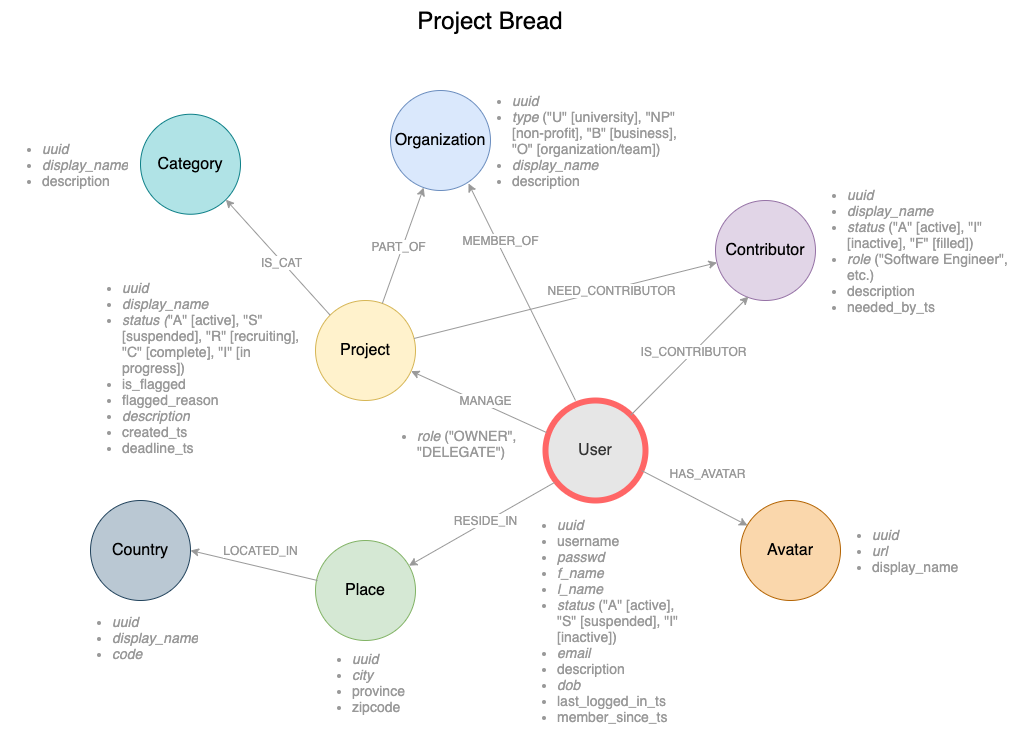
The draw.io diagram docs/project_bread_data_model_v0-1.png in indecisiveid/bread-neverthanksupport, before a commit. Source tidied: cells renumbered, new cells last; positions are measured from the earlier drawing's top-left corner, leaving out a move shared by most shapes.
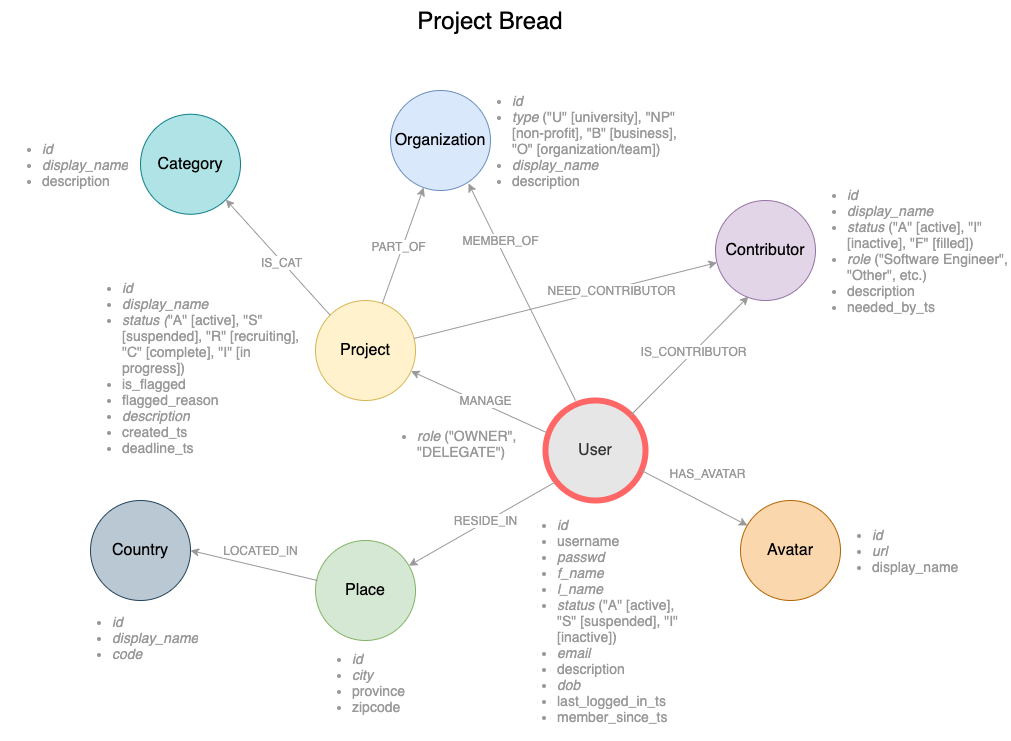
After the commit.

Commit message:
Add default seed data

Diff of the diagram source:
```diff
@@ -35,13 +35,13 @@
         <mxPoint x="60.4" y="-10.8" as="offset" />
       </mxGeometry>
     </mxCell>
-    <mxCell id="11" value="&lt;ul&gt;&lt;li&gt;&lt;span&gt;&lt;i&gt;uuid&lt;/i&gt;&lt;/span&gt;&lt;/li&gt;&lt;li&gt;&lt;span&gt;username&lt;/span&gt;&lt;br&gt;&lt;/li&gt;&lt;li&gt;&lt;span&gt;&lt;i&gt;passwd&lt;/i&gt;&lt;/span&gt;&lt;/li&gt;&lt;li&gt;&lt;i&gt;f_name&lt;/i&gt;&lt;/li&gt;&lt;li&gt;&lt;i&gt;l_name&lt;/i&gt;&lt;/li&gt;&lt;li&gt;&lt;i&gt;status&lt;/i&gt; (&quot;A&quot; [active], &quot;S&quot; [suspended], &quot;I&quot; [inactive])&lt;/li&gt;&lt;li&gt;&lt;i&gt;email&lt;/i&gt;&lt;/li&gt;&lt;li&gt;description&lt;/li&gt;&lt;li&gt;&lt;i&gt;dob&lt;/i&gt;&lt;/li&gt;&lt;li&gt;last_logged_in_ts&lt;/li&gt;&lt;li&gt;member_since_ts&lt;/li&gt;&lt;/ul&gt;" style="text;strokeColor=none;fillColor=none;html=1;whiteSpace=wrap;verticalAlign=middle;overflow=hidden;fontSize=14;fontColor=#999999;" parent="1" vertex="1">
+    <mxCell id="11" value="&lt;ul&gt;&lt;li&gt;&lt;span&gt;&lt;i&gt;id&lt;/i&gt;&lt;/span&gt;&lt;/li&gt;&lt;li&gt;&lt;span&gt;username&lt;/span&gt;&lt;br&gt;&lt;/li&gt;&lt;li&gt;&lt;span&gt;&lt;i&gt;passwd&lt;/i&gt;&lt;/span&gt;&lt;/li&gt;&lt;li&gt;&lt;i&gt;f_name&lt;/i&gt;&lt;/li&gt;&lt;li&gt;&lt;i&gt;l_name&lt;/i&gt;&lt;/li&gt;&lt;li&gt;&lt;i&gt;status&lt;/i&gt; (&quot;A&quot; [active], &quot;S&quot; [suspended], &quot;I&quot; [inactive])&lt;/li&gt;&lt;li&gt;&lt;i&gt;email&lt;/i&gt;&lt;/li&gt;&lt;li&gt;description&lt;/li&gt;&lt;li&gt;&lt;i&gt;dob&lt;/i&gt;&lt;/li&gt;&lt;li&gt;last_logged_in_ts&lt;/li&gt;&lt;li&gt;member_since_ts&lt;/li&gt;&lt;/ul&gt;" style="text;strokeColor=none;fillColor=none;html=1;whiteSpace=wrap;verticalAlign=middle;overflow=hidden;fontSize=14;fontColor=#999999;" parent="1" vertex="1">
       <mxGeometry x="515" y="500" width="175" height="240" as="geometry" />
     </mxCell>
-    <mxCell id="12" value="&lt;ul&gt;&lt;li&gt;&lt;span&gt;&lt;i&gt;uuid&lt;/i&gt;&lt;/span&gt;&lt;/li&gt;&lt;li&gt;&lt;i&gt;display_name&lt;/i&gt;&lt;/li&gt;&lt;li&gt;&lt;i&gt;status (&lt;/i&gt;&quot;A&quot; [active], &quot;S&quot; [suspended], &quot;R&quot; [recruiting], &quot;C&quot; [complete], &quot;I&quot; [in progress])&lt;/li&gt;&lt;li&gt;is_flagged&lt;/li&gt;&lt;li&gt;flagged_reason&lt;/li&gt;&lt;li&gt;&lt;span&gt;&lt;i&gt;description&lt;/i&gt;&lt;/span&gt;&lt;br&gt;&lt;/li&gt;&lt;li&gt;&lt;span&gt;created_ts&lt;/span&gt;&lt;br&gt;&lt;/li&gt;&lt;li&gt;deadline_ts&lt;/li&gt;&lt;/ul&gt;" style="text;strokeColor=none;fillColor=none;html=1;whiteSpace=wrap;verticalAlign=middle;overflow=hidden;fontSize=14;fontColor=#999999;" parent="1" vertex="1">
+    <mxCell id="12" value="&lt;ul&gt;&lt;li&gt;&lt;i&gt;id&lt;/i&gt;&lt;/li&gt;&lt;li&gt;&lt;i&gt;display_name&lt;/i&gt;&lt;br&gt;&lt;/li&gt;&lt;li&gt;&lt;i&gt;status (&lt;/i&gt;&quot;A&quot; [active], &quot;S&quot; [suspended], &quot;R&quot; [recruiting], &quot;C&quot; [complete], &quot;I&quot; [in progress])&lt;/li&gt;&lt;li&gt;is_flagged&lt;/li&gt;&lt;li&gt;flagged_reason&lt;/li&gt;&lt;li&gt;&lt;span&gt;&lt;i&gt;description&lt;/i&gt;&lt;/span&gt;&lt;br&gt;&lt;/li&gt;&lt;li&gt;&lt;span&gt;created_ts&lt;/span&gt;&lt;br&gt;&lt;/li&gt;&lt;li&gt;deadline_ts&lt;/li&gt;&lt;/ul&gt;" style="text;strokeColor=none;fillColor=none;html=1;whiteSpace=wrap;verticalAlign=middle;overflow=hidden;fontSize=14;fontColor=#999999;" parent="1" vertex="1">
       <mxGeometry x="80" y="263.4" width="230" height="206.6" as="geometry" />
     </mxCell>
-    <mxCell id="13" value="&lt;ul&gt;&lt;li&gt;&lt;span&gt;&lt;i&gt;uuid&lt;/i&gt;&lt;/span&gt;&lt;/li&gt;&lt;li&gt;&lt;i&gt;display_name&lt;/i&gt;&lt;/li&gt;&lt;li&gt;&lt;i&gt;status&lt;/i&gt; (&quot;A&quot; [active], &quot;I&quot; [inactive], &quot;F&quot; [filled])&lt;/li&gt;&lt;li&gt;&lt;i&gt;role&lt;/i&gt; (&quot;Software Engineer&quot;, etc.)&lt;/li&gt;&lt;li&gt;description&lt;/li&gt;&lt;li&gt;needed_by_ts&lt;/li&gt;&lt;/ul&gt;" style="text;strokeColor=none;fillColor=none;html=1;whiteSpace=wrap;verticalAlign=middle;overflow=hidden;fontSize=14;fontColor=#999999;" parent="1" vertex="1">
+    <mxCell id="13" value="&lt;ul&gt;&lt;li&gt;&lt;i&gt;id&lt;/i&gt;&lt;/li&gt;&lt;li&gt;&lt;i&gt;display_name&lt;/i&gt;&lt;br&gt;&lt;/li&gt;&lt;li&gt;&lt;i&gt;status&lt;/i&gt; (&quot;A&quot; [active], &quot;I&quot; [inactive], &quot;F&quot; [filled])&lt;/li&gt;&lt;li&gt;&lt;i&gt;role&lt;/i&gt; (&quot;Software Engineer&quot;, &quot;Other&quot;, etc.)&lt;/li&gt;&lt;li&gt;description&lt;/li&gt;&lt;li&gt;needed_by_ts&lt;/li&gt;&lt;/ul&gt;" style="text;strokeColor=none;fillColor=none;html=1;whiteSpace=wrap;verticalAlign=middle;overflow=hidden;fontSize=14;fontColor=#999999;" parent="1" vertex="1">
       <mxGeometry x="805" y="170" width="205" height="160" as="geometry" />
     </mxCell>
     <mxCell id="14" value="Organization" style="ellipse;whiteSpace=wrap;html=1;fontSize=16;fillColor=#dae8fc;strokeColor=#6c8ebf;" parent="1" vertex="1">
@@ -52,7 +52,7 @@
         <mxPoint x="1" as="offset" />
       </mxGeometry>
     </mxCell>
-    <mxCell id="16" value="&lt;ul&gt;&lt;li&gt;&lt;span&gt;&lt;i&gt;uuid&lt;/i&gt;&lt;/span&gt;&lt;/li&gt;&lt;li&gt;&lt;i&gt;type&lt;/i&gt; (&quot;U&quot; [university], &quot;NP&quot; [non-profit], &quot;B&quot; [business], &quot;O&quot; [organization/team])&lt;/li&gt;&lt;li&gt;&lt;i&gt;display_name&lt;/i&gt;&lt;/li&gt;&lt;li&gt;description&lt;/li&gt;&lt;/ul&gt;" style="text;strokeColor=none;fillColor=none;html=1;whiteSpace=wrap;verticalAlign=middle;overflow=hidden;fontSize=14;fontColor=#999999;" parent="1" vertex="1">
+    <mxCell id="16" value="&lt;ul&gt;&lt;li&gt;&lt;span&gt;&lt;i&gt;id&lt;/i&gt;&lt;/span&gt;&lt;/li&gt;&lt;li&gt;&lt;i&gt;type&lt;/i&gt; (&quot;U&quot; [university], &quot;NP&quot; [non-profit], &quot;B&quot; [business], &quot;O&quot; [organization/team])&lt;/li&gt;&lt;li&gt;&lt;i&gt;display_name&lt;/i&gt;&lt;/li&gt;&lt;li&gt;description&lt;/li&gt;&lt;/ul&gt;" style="text;strokeColor=none;fillColor=none;html=1;whiteSpace=wrap;verticalAlign=middle;overflow=hidden;fontSize=14;fontColor=#999999;" parent="1" vertex="1">
       <mxGeometry x="470" y="75" width="220" height="130" as="geometry" />
     </mxCell>
     <mxCell id="17" value="Place" style="ellipse;whiteSpace=wrap;html=1;fontSize=16;fillColor=#d5e8d4;strokeColor=#82b366;" parent="1" vertex="1">
@@ -61,7 +61,7 @@
     <mxCell id="18" value="RESIDE_IN" style="endArrow=classic;html=1;exitX=0.09;exitY=0.82;exitDx=0;exitDy=0;exitPerimeter=0;fontSize=12;fontColor=#999999;strokeColor=#999999;" parent="1" edge="1" source="2" target="17">
       <mxGeometry x="-0.06" y="-1" relative="1" as="geometry" />
     </mxCell>
-    <mxCell id="19" value="&lt;ul&gt;&lt;li&gt;&lt;span&gt;&lt;i&gt;uuid&lt;/i&gt;&lt;/span&gt;&lt;/li&gt;&lt;li&gt;&lt;i&gt;city&lt;/i&gt;&lt;/li&gt;&lt;li&gt;province&lt;/li&gt;&lt;li&gt;zipcode&lt;/li&gt;&lt;/ul&gt;" style="text;strokeColor=none;fillColor=none;html=1;whiteSpace=wrap;verticalAlign=middle;overflow=hidden;fontSize=14;fontColor=#999999;" parent="1" vertex="1">
+    <mxCell id="19" value="&lt;ul&gt;&lt;li&gt;&lt;i&gt;id&lt;/i&gt;&lt;/li&gt;&lt;li&gt;&lt;i&gt;city&lt;/i&gt;&lt;br&gt;&lt;/li&gt;&lt;li&gt;province&lt;/li&gt;&lt;li&gt;zipcode&lt;/li&gt;&lt;/ul&gt;" style="text;strokeColor=none;fillColor=none;html=1;whiteSpace=wrap;verticalAlign=middle;overflow=hidden;fontSize=14;fontColor=#999999;" parent="1" vertex="1">
       <mxGeometry x="310" y="633" width="110" height="97" as="geometry" />
     </mxCell>
     <mxCell id="20" value="&lt;ul&gt;&lt;li&gt;&lt;i&gt;role&lt;/i&gt; (&quot;OWNER&quot;, &quot;DELEGATE&quot;)&lt;/li&gt;&lt;/ul&gt;" style="text;strokeColor=none;fillColor=none;html=1;whiteSpace=wrap;verticalAlign=middle;overflow=hidden;fontSize=14;fontColor=#999999;" parent="1" vertex="1">
@@ -73,7 +73,7 @@
     <mxCell id="22" value="LOCATED_IN" style="endArrow=classic;html=1;exitX=0.02;exitY=0.4;exitDx=0;exitDy=0;fontSize=12;fontColor=#999999;entryX=1;entryY=0.5;entryDx=0;entryDy=0;exitPerimeter=0;strokeColor=#999999;" parent="1" edge="1" source="17" target="21">
       <mxGeometry x="-0.04" y="-16" relative="1" as="geometry" />
     </mxCell>
-    <mxCell id="23" value="&lt;ul&gt;&lt;li&gt;&lt;span&gt;&lt;i&gt;uuid&lt;/i&gt;&lt;/span&gt;&lt;/li&gt;&lt;li&gt;&lt;i&gt;&lt;span&gt;display_name&lt;/span&gt;&lt;br&gt;&lt;/i&gt;&lt;/li&gt;&lt;li&gt;&lt;i&gt;code&lt;/i&gt;&lt;/li&gt;&lt;/ul&gt;" style="text;strokeColor=none;fillColor=none;html=1;whiteSpace=wrap;verticalAlign=middle;overflow=hidden;fontSize=14;fontColor=#999999;" parent="1" vertex="1">
+    <mxCell id="23" value="&lt;ul&gt;&lt;li&gt;&lt;i&gt;id&lt;/i&gt;&lt;/li&gt;&lt;li&gt;&lt;i&gt;&lt;span&gt;display_name&lt;/span&gt;&lt;br&gt;&lt;/i&gt;&lt;/li&gt;&lt;li&gt;&lt;i&gt;code&lt;/i&gt;&lt;/li&gt;&lt;/ul&gt;" style="text;strokeColor=none;fillColor=none;html=1;whiteSpace=wrap;verticalAlign=middle;overflow=hidden;fontSize=14;fontColor=#999999;" parent="1" vertex="1">
       <mxGeometry x="70" y="582" width="140" height="110" as="geometry" />
     </mxCell>
     <mxCell id="24" value="Category" style="ellipse;whiteSpace=wrap;html=1;fontSize=16;fillColor=#b0e3e6;strokeColor=#0e8088;" parent="1" vertex="1">
@@ -87,7 +87,7 @@
         <mxPoint x="-0.5" y="-2.8" as="offset" />
       </mxGeometry>
     </mxCell>
-    <mxCell id="27" value="&lt;ul&gt;&lt;li&gt;&lt;span&gt;&lt;i&gt;uuid&lt;/i&gt;&lt;/span&gt;&lt;/li&gt;&lt;li&gt;&lt;i&gt;display_name&lt;/i&gt;&lt;/li&gt;&lt;li&gt;description&lt;/li&gt;&lt;/ul&gt;" style="text;strokeColor=none;fillColor=none;html=1;whiteSpace=wrap;verticalAlign=middle;overflow=hidden;fontSize=14;fontColor=#999999;" parent="1" vertex="1">
+    <mxCell id="27" value="&lt;ul&gt;&lt;li&gt;&lt;span&gt;&lt;i&gt;id&lt;/i&gt;&lt;/span&gt;&lt;/li&gt;&lt;li&gt;&lt;i&gt;display_name&lt;/i&gt;&lt;/li&gt;&lt;li&gt;description&lt;/li&gt;&lt;/ul&gt;" style="text;strokeColor=none;fillColor=none;html=1;whiteSpace=wrap;verticalAlign=middle;overflow=hidden;fontSize=14;fontColor=#999999;" parent="1" vertex="1">
       <mxGeometry y="118.8" width="145" height="90" as="geometry" />
     </mxCell>
     <mxCell id="28" value="&lt;font style=&quot;font-size: 24px&quot;&gt;Project Bread&lt;/font&gt;" style="text;html=1;strokeColor=none;fillColor=none;align=center;verticalAlign=middle;whiteSpace=wrap;rounded=0;" parent="1" vertex="1">
@@ -99,7 +99,7 @@
     <mxCell id="30" value="HAS_AVATAR" style="endArrow=classic;html=1;fontSize=12;fontColor=#999999;strokeColor=#999999;exitX=0.96;exitY=0.7;exitDx=0;exitDy=0;exitPerimeter=0;entryX=0.07;entryY=0.25;entryDx=0;entryDy=0;entryPerimeter=0;" parent="1" edge="1" source="2" target="29">
       <mxGeometry y="28" relative="1" as="geometry" />
     </mxCell>
-    <mxCell id="31" value="&lt;ul&gt;&lt;li&gt;&lt;span&gt;&lt;i&gt;uuid&lt;/i&gt;&lt;/span&gt;&lt;/li&gt;&lt;li&gt;&lt;i&gt;url&lt;/i&gt;&lt;/li&gt;&lt;li&gt;display_name&lt;/li&gt;&lt;/ul&gt;" style="text;strokeColor=none;fillColor=none;html=1;whiteSpace=wrap;verticalAlign=middle;overflow=hidden;fontSize=14;fontColor=#999999;" parent="1" vertex="1">
+    <mxCell id="31" value="&lt;ul&gt;&lt;li&gt;&lt;i&gt;id&lt;/i&gt;&lt;/li&gt;&lt;li&gt;&lt;i&gt;url&lt;/i&gt;&lt;br&gt;&lt;/li&gt;&lt;li&gt;display_name&lt;/li&gt;&lt;/ul&gt;" style="text;strokeColor=none;fillColor=none;html=1;whiteSpace=wrap;verticalAlign=middle;overflow=hidden;fontSize=14;fontColor=#999999;" parent="1" vertex="1">
       <mxGeometry x="830" y="510" width="167.5" height="80" as="geometry" />
     </mxCell>
     <mxCell id="32" value="PART_OF" style="endArrow=classic;html=1;fontSize=12;fontColor=#999999;strokeColor=#999999;" parent="1" edge="1" source="3" target="14">
```
